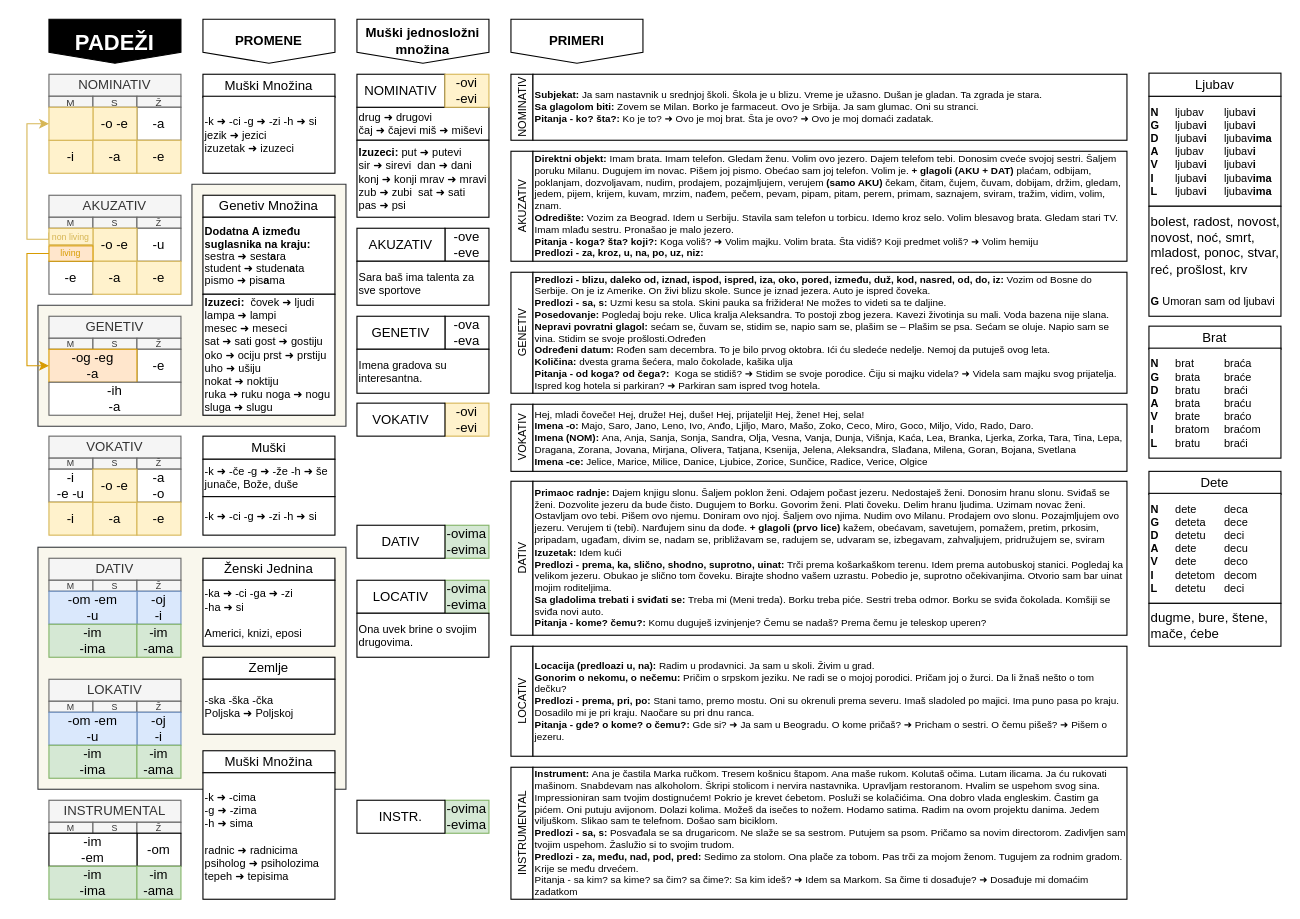
Before: padezi.drawio in vlandivir/srpski, a draw.io diagram. Source tidied: cells renumbered, new cells numbered last; positions are measured from the earlier drawing's top-left corner, leaving out a move shared by most shapes. Both pictures are drawn from the tidied source at 110%, with x=0, y=0 at pixel (26, 19).
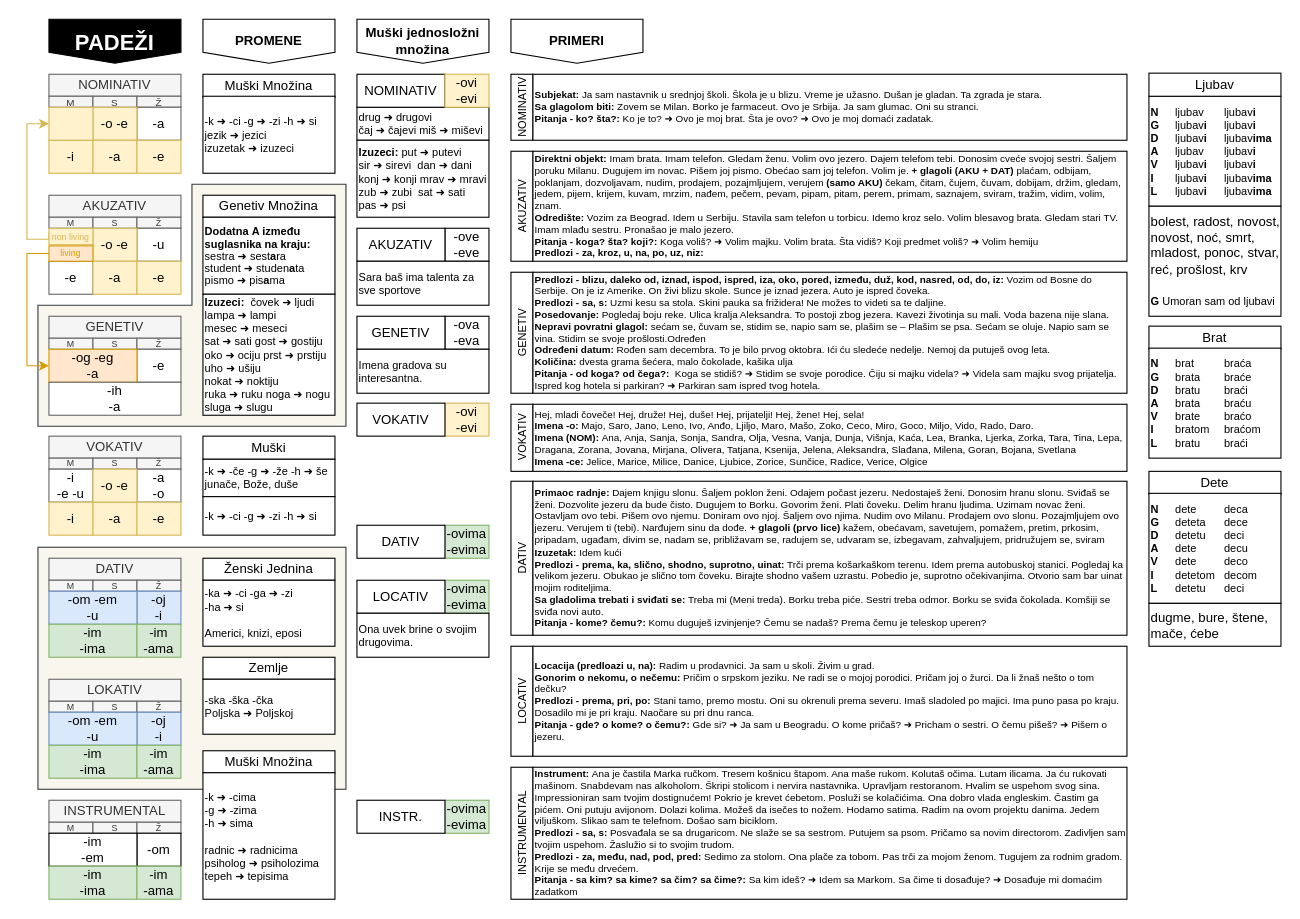
After the change.

Diff of the diagram source:
```diff
@@
-    <mxCell id="119" value="&lt;b&gt;Instrument: &lt;/b&gt;Ana je častila Marka ručkom. Tresem košnicu štapom. Ana maše rukom. Kolutaš očima. Lutam ilicama. Ja ću rukovati mašinom. Snabdevam nas alkoholom. Škripi stolicom i nervira nastavnika. Upravljam restoranom. Hvalim se uspehom svog sina. Impressioniran sam tvojim dostignućem! Pokrio je krevet ćebetom. Posluži se kolačićima. Ona dobro vlada engleskim. Častim ga pićem. Oni putuju avijonom. Dolazi kolima. Možeš da isečes to nožem. Hodamo satima. Radim na ovom projektu danima. Jedem viljuškom. Slikao sam te telefnom. Došao sam biciklom.&lt;div&gt;&lt;b style=&quot;border-color: var(--border-color);&quot;&gt;Predlozi - sa, s: &lt;/b&gt;Posvađala se sa drugaricom. Ne slaže se sa sestrom. Putujem sa psom. Pričamo sa novim directorom. Zadivljen sam tvojim uspehom. Žaslužio si to svojim trudom.&lt;br&gt;&lt;b style=&quot;border-color: var(--border-color);&quot;&gt;Predlozi - za, među, nad, pod, pred&lt;/b&gt;&lt;b style=&quot;border-color: var(--border-color);&quot;&gt;: &lt;/b&gt;Sedimo za stolom. Ona plače za tobom. Pas trči za mojom ženom. Tugujem za rodnim gradom. Krije se među drvećem.&lt;br&gt;Pitanja - sa kim? sa kime? sa čim? sa čime?: Sa kim ideš?&amp;nbsp;➜ Idem sa Markom. Sa čime ti dosađuje?&amp;nbsp;➜ Dosađuje mi domaćim zadatkom&lt;/div&gt;" style="rounded=0;whiteSpace=wrap;html=1;align=left;fontSize=9;" parent="1" vertex="1">
+    <mxCell id="119" value="&lt;b&gt;Instrument: &lt;/b&gt;Ana je častila Marka ručkom. Tresem košnicu štapom. Ana maše rukom. Kolutaš očima. Lutam ilicama. Ja ću rukovati mašinom. Snabdevam nas alkoholom. Škripi stolicom i nervira nastavnika. Upravljam restoranom. Hvalim se uspehom svog sina. Impressioniran sam tvojim dostignućem! Pokrio je krevet ćebetom. Posluži se kolačićima. Ona dobro vlada engleskim. Častim ga pićem. Oni putuju avijonom. Dolazi kolima. Možeš da isečes to nožem. Hodamo satima. Radim na ovom projektu danima. Jedem viljuškom. Slikao sam te telefnom. Došao sam biciklom.&lt;div&gt;&lt;b style=&quot;border-color: var(--border-color);&quot;&gt;Predlozi - sa, s: &lt;/b&gt;Posvađala se sa drugaricom. Ne slaže se sa sestrom. Putujem sa psom. Pričamo sa novim directorom. Zadivljen sam tvojim uspehom. Žaslužio si to svojim trudom.&lt;br&gt;&lt;b style=&quot;border-color: var(--border-color);&quot;&gt;Predlozi - za, među, nad, pod, pred&lt;/b&gt;&lt;b style=&quot;border-color: var(--border-color);&quot;&gt;: &lt;/b&gt;Sedimo za stolom. Ona plače za tobom. Pas trči za mojom ženom. Tugujem za rodnim gradom. Krije se među drvećem.&lt;br&gt;&lt;b&gt;Pitanja - sa kim? sa kime? sa čim? sa čime?:&lt;/b&gt; Sa kim ideš?&amp;nbsp;➜ Idem sa Markom. Sa čime ti dosađuje?&amp;nbsp;➜ Dosađuje mi domaćim zadatkom&lt;/div&gt;" style="rounded=0;whiteSpace=wrap;html=1;align=left;fontSize=9;" parent="1" vertex="1">
       <mxGeometry x="460" y="680" width="540" height="120" as="geometry" />
     </mxCell>
```
